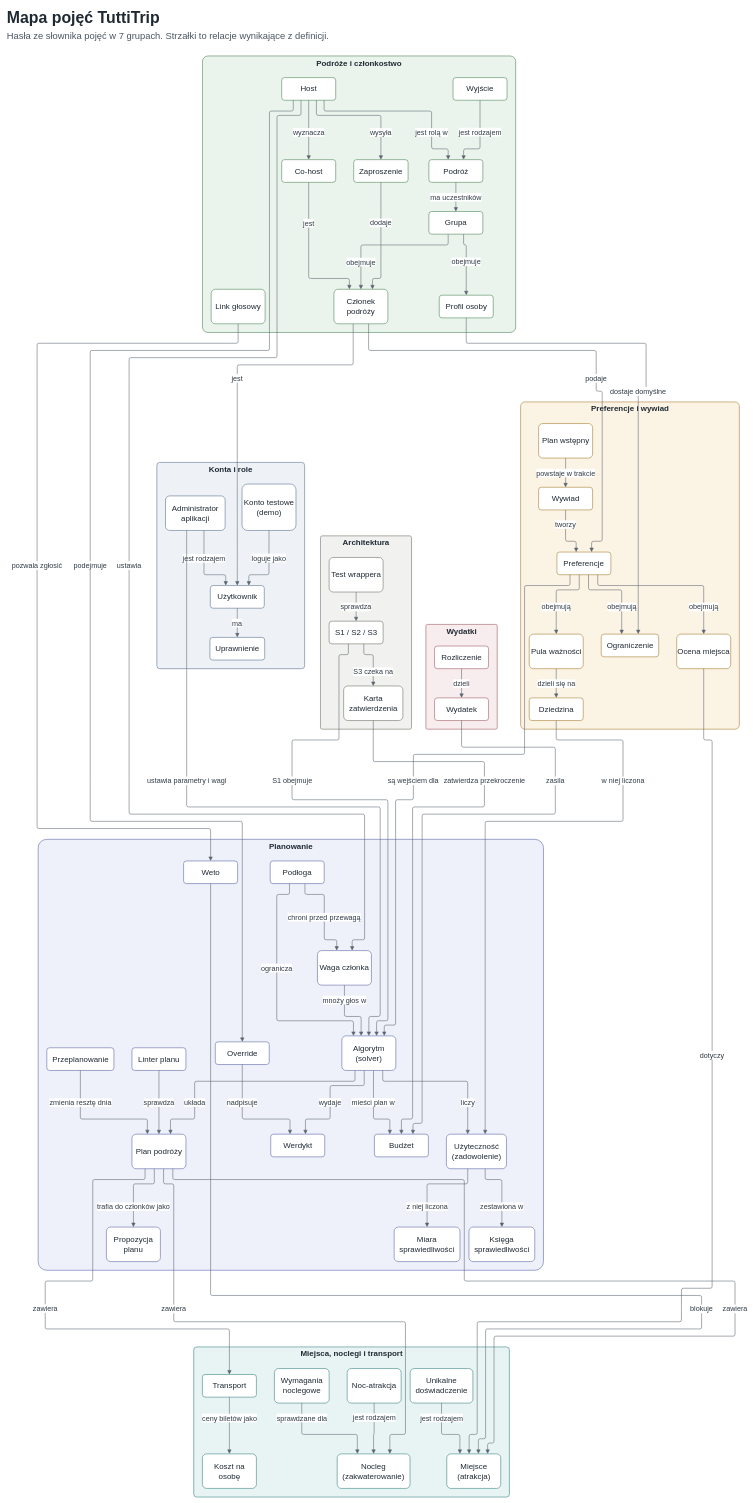
The draw.io diagram docs/diagramy/mapa-pojec.drawio in HackYeah-TuttiTripTeam/tuttitrip, before the edit. Source tidied: cells renumbered, new cells numbered last; positions are measured from the earlier drawing's top-left corner, leaving out a move shared by most shapes. Both pictures are drawn from the tidied source at 36%, with x=0, y=0 at pixel (6, 6).
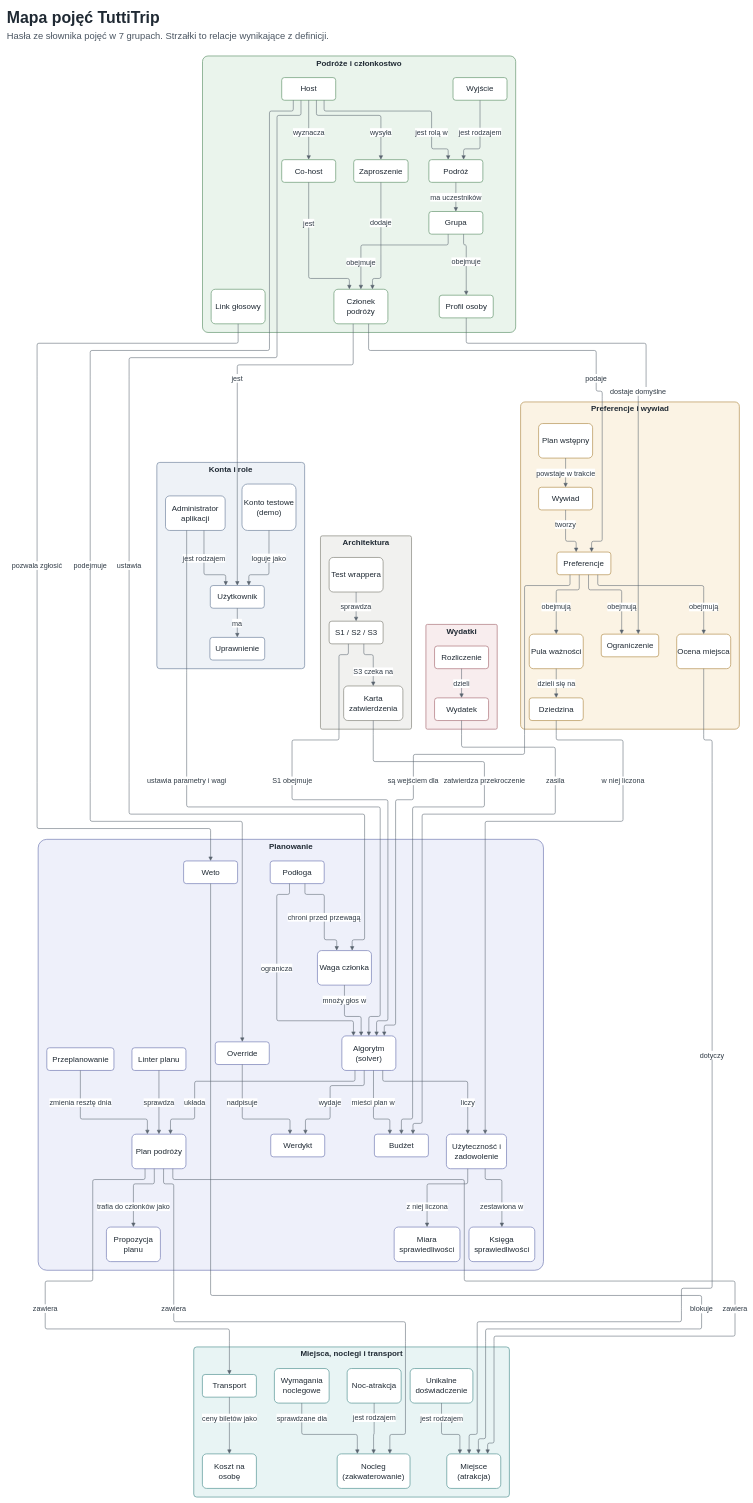
Above is the later version.

Commit message (it also covers changes not shown here):
docs: Decyzje architektoniczne D1-D7, mapa modeli i slajd architektury (#22)

Unchanged cells that the change refers to:
```xml
<mxCell id="7" value="Planowanie" style="rounded=1;arcSize=2;whiteSpace=wrap;html=1;fillColor=#EEF0FA;strokeColor=#7B83B8;strokeWidth=2;verticalAlign=top;fontStyle=1;fontSize=22;fontColor=#1F2933;fontFamily=Arial;" parent="1" vertex="1">
  <mxGeometry x="88.5" y="2314" width="1403.6" height="1197" as="geometry" />
</mxCell>
```

What changed in the source:
```diff
@@
-    <mxCell id="32" value="Użyteczność (zadowolenie)" style="rounded=1;arcSize=12;whiteSpace=wrap;html=1;fillColor=#FFFFFF;strokeColor=#7B83B8;strokeWidth=2;fontSize=22;fontColor=#1F2933;fontFamily=Arial;" parent="7" vertex="1">
+    <mxCell id="32" value="Użyteczność i zadowolenie" style="rounded=1;arcSize=12;whiteSpace=wrap;html=1;fillColor=#FFFFFF;strokeColor=#7B83B8;strokeWidth=2;fontSize=22;fontColor=#1F2933;fontFamily=Arial;" parent="7" vertex="1">
       <mxGeometry x="1134" y="819" width="167" height="96" as="geometry" />
     </mxCell>
```
